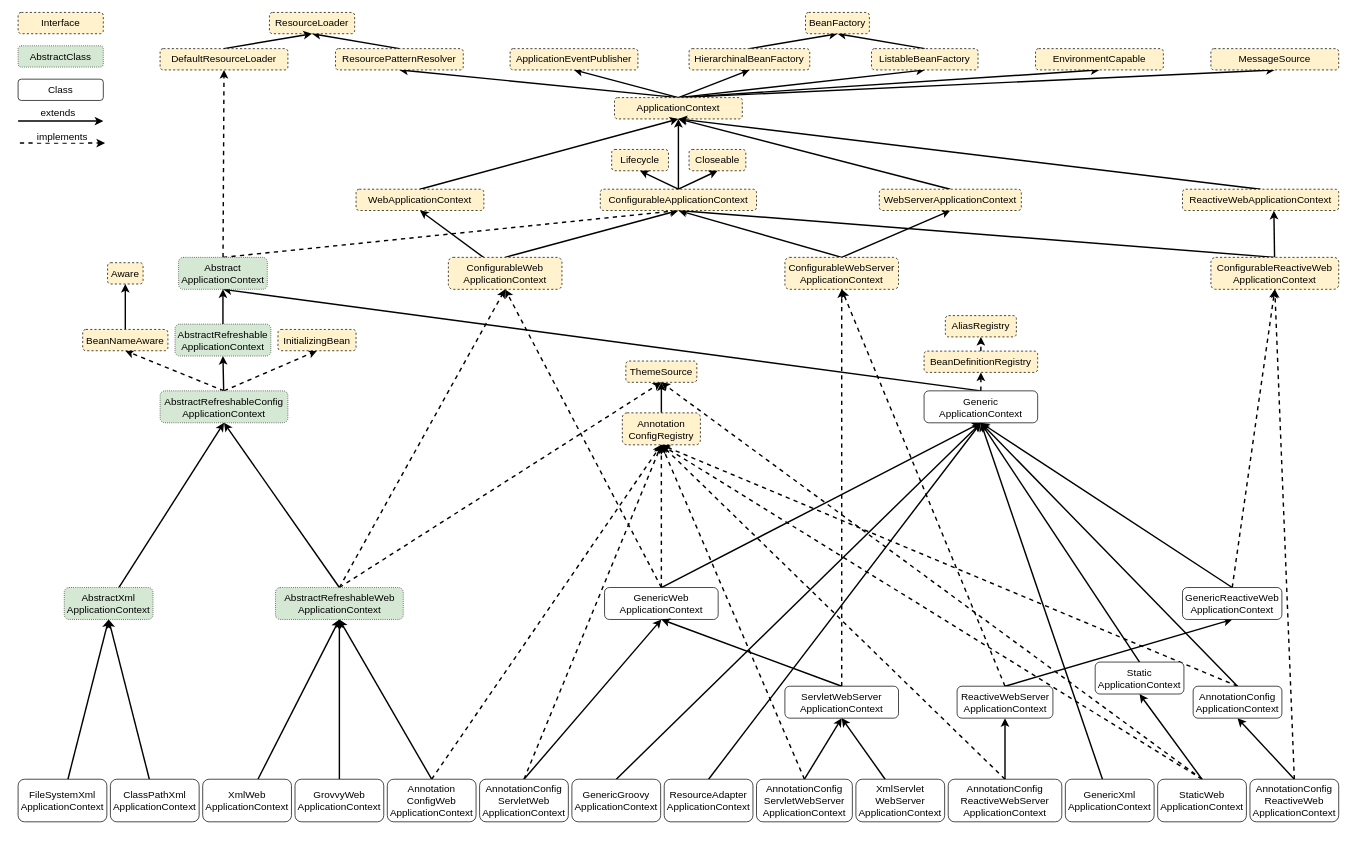
This is page "ApplicationContext" (1 of 8) of spring boot/ApplicationContext体系结构.drawio from davisday227/Dubhe, a draw.io file, before an edit. Source tidied: cells renumbered, new cells numbered last; positions are measured from the earlier drawing's top-left corner, leaving out a move shared by most shapes. Both pictures are drawn from the tidied source at 71%, with x=0, y=0 at pixel (18, 12).
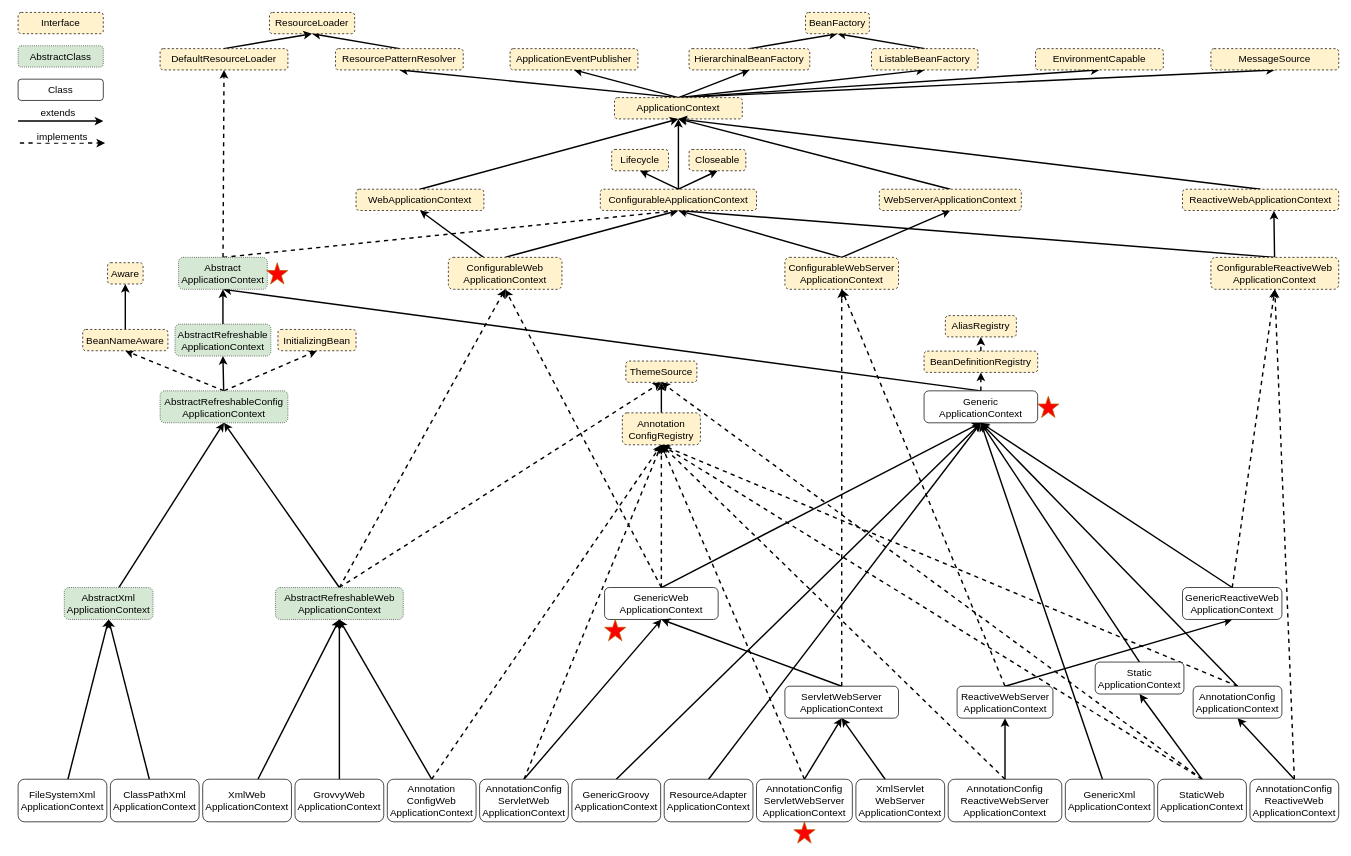
After the change.

What changed in the source:
```diff
@@
+    <mxCell id="134" style="verticalLabelPosition=bottom;verticalAlign=top;html=1;shape=mxgraph.basic.star;labelBackgroundColor=none;fontSize=20;fillColor=#FF0000;strokeColor=#b46504;" parent="1" vertex="1">
+      <mxGeometry x="1092.5" y="1140" width="30" height="30" as="geometry" />
+    </mxCell>
+    <mxCell id="135" style="verticalLabelPosition=bottom;verticalAlign=top;html=1;shape=mxgraph.basic.star;labelBackgroundColor=none;fontSize=20;fillColor=#FF0000;strokeColor=#b46504;" parent="1" vertex="1">
+      <mxGeometry x="350" y="352.5" width="30" height="30" as="geometry" />
+    </mxCell>
+    <mxCell id="136" style="verticalLabelPosition=bottom;verticalAlign=top;html=1;shape=mxgraph.basic.star;labelBackgroundColor=none;fontSize=20;fillColor=#FF0000;strokeColor=#b46504;" parent="1" vertex="1">
+      <mxGeometry x="826" y="855" width="30" height="30" as="geometry" />
+    </mxCell>
+    <mxCell id="137" style="verticalLabelPosition=bottom;verticalAlign=top;html=1;shape=mxgraph.basic.star;labelBackgroundColor=none;fontSize=20;fillColor=#FF0000;strokeColor=#b46504;" parent="1" vertex="1">
+      <mxGeometry x="1436" y="540.5" width="30" height="30" as="geometry" />
+    </mxCell>
```
